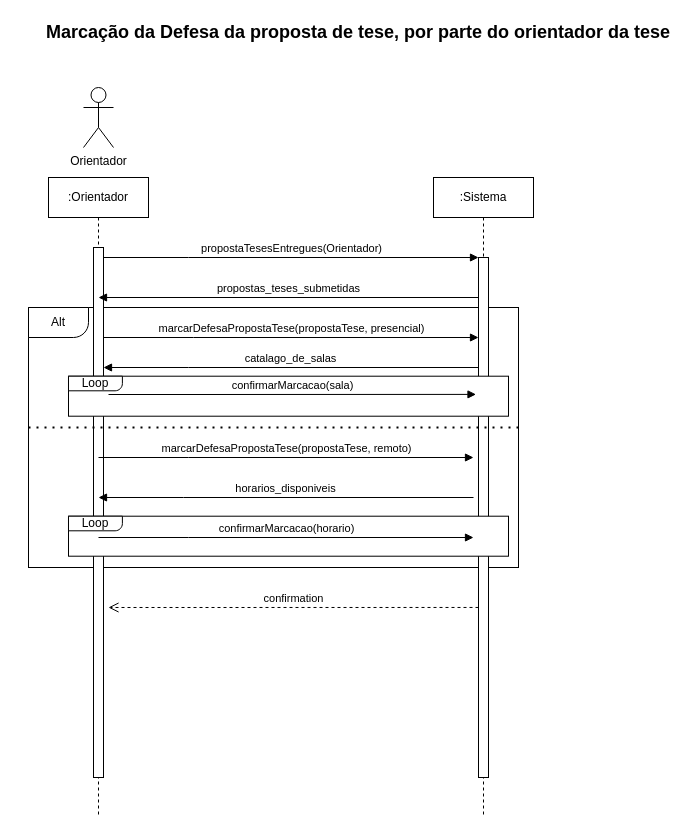
Above: docs/SSD.drawio in Sapientia-PT/thesisman (draw.io), before the change. Source tidied: cells renumbered, new cells numbered last; positions are measured from the earlier drawing's top-left corner, leaving out a move shared by most shapes. Both pictures are drawn from the tidied source at 100%, with x=0, y=0 at pixel (28, 17).
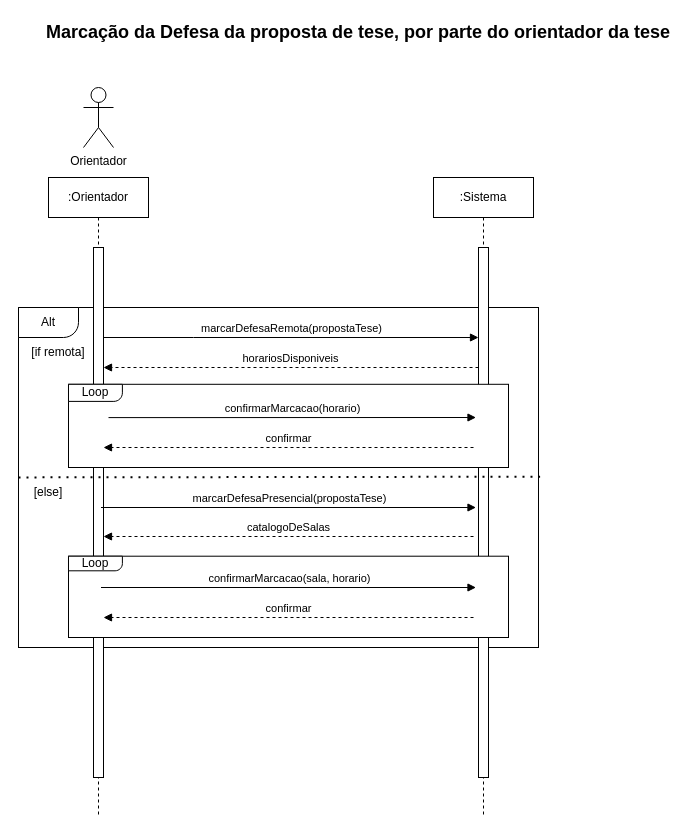
After the change.

Unchanged cells that the change refers to:
```xml
<mxCell id="4" style="html=1;points=[];perimeter=orthogonalPerimeter;outlineConnect=0;targetShapes=umlLifeline;portConstraint=eastwest;newEdgeStyle={&quot;edgeStyle&quot;:&quot;elbowEdgeStyle&quot;,&quot;elbow&quot;:&quot;vertical&quot;,&quot;curved&quot;:0,&quot;rounded&quot;:0};" parent="3" vertex="1">
  <mxGeometry x="45" y="70" width="10" height="530" as="geometry" />
</mxCell>
<mxCell id="5" value=":Sistema" style="shape=umlLifeline;perimeter=lifelinePerimeter;whiteSpace=wrap;html=1;newEdgeStyle={&quot;edgeStyle&quot;:&quot;elbowEdgeStyle&quot;,&quot;elbow&quot;:&quot;vertical&quot;,&quot;curved&quot;:0,&quot;rounded&quot;:0};" parent="1" vertex="1">
  <mxGeometry x="405" y="160" width="100" height="640" as="geometry" />
</mxCell>
```

Diff of the diagram source:
```diff
@@
     <mxCell id="2" style="rounded=0;whiteSpace=wrap;html=1;" parent="1" vertex="1">
-      <mxGeometry y="290" width="490" height="260" as="geometry" />
+      <mxGeometry x="-10" y="290" width="520" height="340" as="geometry" />
     </mxCell>
@@
     <mxCell id="6" style="html=1;points=[];perimeter=orthogonalPerimeter;outlineConnect=0;targetShapes=umlLifeline;portConstraint=eastwest;newEdgeStyle={&quot;edgeStyle&quot;:&quot;elbowEdgeStyle&quot;,&quot;elbow&quot;:&quot;vertical&quot;,&quot;curved&quot;:0,&quot;rounded&quot;:0};" parent="5" vertex="1">
-      <mxGeometry x="45" y="80" width="10" height="520" as="geometry" />
+      <mxGeometry x="45" y="70" width="10" height="530" as="geometry" />
     </mxCell>
-    <mxCell id="7" value="propostaTesesEntregues(Orientador)" style="html=1;verticalAlign=bottom;endArrow=block;edgeStyle=elbowEdgeStyle;elbow=horizontal;curved=0;rounded=0;" parent="1" edge="1" source="4" target="6">
-      <mxGeometry relative="1" as="geometry">
-        <Array as="points">
-          <mxPoint x="160" y="240" />
-        </Array>
-      </mxGeometry>
-    </mxCell>
-    <mxCell id="8" value="confirmation" style="html=1;verticalAlign=bottom;endArrow=open;dashed=1;endSize=8;edgeStyle=elbowEdgeStyle;elbow=vertical;curved=0;rounded=0;exitX=0;exitY=0.673;exitDx=0;exitDy=0;exitPerimeter=0;" parent="1" edge="1" source="6">
-      <mxGeometry relative="1" as="geometry">
-        <mxPoint x="80" y="590" as="targetPoint" />
-        <Array as="points">
-          <mxPoint x="165" y="590" />
-        </Array>
-      </mxGeometry>
-    </mxCell>
-    <mxCell id="9" value="propostas_teses_submetidas" style="html=1;verticalAlign=bottom;endArrow=block;edgeStyle=elbowEdgeStyle;elbow=vertical;curved=0;rounded=0;entryX=0.5;entryY=0.094;entryDx=0;entryDy=0;entryPerimeter=0;" parent="1" edge="1" source="6" target="4">
-      <mxGeometry relative="1" as="geometry">
-        <Array as="points">
-          <mxPoint x="170" y="280" />
-        </Array>
-      </mxGeometry>
-    </mxCell>
@@
-    <mxCell id="12" value="marcarDefesaPropostaTese(propostaTese, presencial)" style="html=1;verticalAlign=bottom;endArrow=block;edgeStyle=elbowEdgeStyle;elbow=horizontal;curved=0;rounded=0;" parent="1" edge="1" source="4">
+    <mxCell id="12" value="marcarDefesaRemota(propostaTese)" style="html=1;verticalAlign=bottom;endArrow=block;edgeStyle=elbowEdgeStyle;elbow=horizontal;curved=0;rounded=0;" parent="1" edge="1" source="4">
       <mxGeometry relative="1" as="geometry">
         <mxPoint x="450" y="320" as="targetPoint" />
         <Array as="points">
           <mxPoint x="165" y="320" />
         </Array>
       </mxGeometry>
     </mxCell>
-    <mxCell id="13" value="catalago_de_salas" style="html=1;verticalAlign=bottom;endArrow=block;edgeStyle=elbowEdgeStyle;elbow=vertical;curved=0;rounded=0;" parent="1" edge="1">
+    <mxCell id="13" value="horariosDisponiveis" style="html=1;verticalAlign=bottom;endArrow=block;edgeStyle=elbowEdgeStyle;elbow=vertical;curved=0;rounded=0;dashed=1;" parent="1" edge="1">
       <mxGeometry relative="1" as="geometry">
         <mxPoint x="450" y="350" as="sourcePoint" />
         <mxPoint x="75" y="350" as="targetPoint" />
         <Array as="points">
           <mxPoint x="160" y="350" />
         </Array>
       </mxGeometry>
     </mxCell>
     <mxCell id="14" style="verticalLabelPosition=bottom;verticalAlign=top;html=1;shape=mxgraph.basic.corner_round_rect;dx=15;whiteSpace=wrap;rotation=-180;" parent="1" vertex="1">
-      <mxGeometry y="290" width="60" height="30" as="geometry" />
+      <mxGeometry x="-10" y="290" width="60" height="30" as="geometry" />
     </mxCell>
     <mxCell id="15" value="Alt" style="text;html=1;align=center;verticalAlign=middle;whiteSpace=wrap;rounded=0;" parent="1" vertex="1">
-      <mxGeometry y="290" width="60" height="30" as="geometry" />
+      <mxGeometry x="-10" y="290" width="60" height="30" as="geometry" />
     </mxCell>
-    <mxCell id="16" style="endArrow=none;dashed=1;html=1;dashPattern=1 3;strokeWidth=2;rounded=0;exitX=0;exitY=0.5;exitDx=0;exitDy=0;entryX=1;entryY=0.5;entryDx=0;entryDy=0;" parent="1" edge="1">
+    <mxCell id="16" style="endArrow=none;dashed=1;html=1;dashPattern=1 3;strokeWidth=2;rounded=0;exitX=-0.003;exitY=0.457;exitDx=0;exitDy=0;entryX=1;entryY=0.454;entryDx=0;entryDy=0;entryPerimeter=0;exitPerimeter=0;" parent="1" edge="1">
       <mxGeometry relative="1" as="geometry">
-        <mxPoint y="410" as="sourcePoint" />
-        <mxPoint x="490" y="410" as="targetPoint" />
+        <mxPoint x="-10" y="459.9" as="sourcePoint" />
+        <mxPoint x="511.6" y="459.2" as="targetPoint" />
       </mxGeometry>
     </mxCell>
-    <mxCell id="17" value="marcarDefesaPropostaTese(propostaTese, remoto)" style="html=1;verticalAlign=bottom;endArrow=block;edgeStyle=elbowEdgeStyle;elbow=horizontal;curved=0;rounded=0;" parent="1" edge="1">
+    <mxCell id="17" value="marcarDefesaPresencial(propostaTese)" style="html=1;verticalAlign=bottom;endArrow=block;edgeStyle=elbowEdgeStyle;elbow=horizontal;curved=0;rounded=0;" parent="1" edge="1">
       <mxGeometry relative="1" as="geometry">
-        <mxPoint x="70" y="440" as="sourcePoint" />
-        <mxPoint x="445" y="440" as="targetPoint" />
+        <mxPoint x="72.5" y="490" as="sourcePoint" />
+        <mxPoint x="447.5" y="490" as="targetPoint" />
         <Array as="points">
-          <mxPoint x="160" y="440" />
+          <mxPoint x="177.5" y="490" />
         </Array>
       </mxGeometry>
     </mxCell>
-    <mxCell id="18" value="horarios_disponiveis" style="html=1;verticalAlign=bottom;endArrow=block;edgeStyle=elbowEdgeStyle;elbow=vertical;curved=0;rounded=0;" parent="1" edge="1">
+    <mxCell id="18" value="catalogoDeSalas" style="html=1;verticalAlign=bottom;endArrow=block;edgeStyle=elbowEdgeStyle;elbow=vertical;curved=0;rounded=0;dashed=1;" parent="1" edge="1">
       <mxGeometry relative="1" as="geometry">
-        <mxPoint x="445" y="480" as="sourcePoint" />
-        <mxPoint x="70" y="480" as="targetPoint" />
+        <mxPoint x="445" y="519" as="sourcePoint" />
+        <mxPoint x="75" y="519.4" as="targetPoint" />
         <Array as="points">
-          <mxPoint x="155" y="480" />
+          <mxPoint x="132.5" y="519" />
         </Array>
       </mxGeometry>
     </mxCell>
     <mxCell id="19" style="group;" parent="1" vertex="1">
-      <mxGeometry x="40" y="370" width="440" height="40" as="geometry" />
+      <mxGeometry x="40" y="380" width="440" height="70" as="geometry" />
     </mxCell>
     <mxCell id="20" style="rounded=0;whiteSpace=wrap;html=1;" parent="19" vertex="1">
-      <mxGeometry y="-11.3" width="440" height="40" as="geometry" />
+      <mxGeometry y="-13.2" width="440" height="83.2" as="geometry" />
     </mxCell>
     <mxCell id="21" style="verticalLabelPosition=bottom;verticalAlign=top;html=1;shape=mxgraph.basic.corner_round_rect;dx=6;whiteSpace=wrap;rotation=-180;" parent="19" vertex="1">
-      <mxGeometry y="-11.3" width="53.9" height="14.6" as="geometry" />
+      <mxGeometry y="-13.2" width="53.9" height="17.1" as="geometry" />
     </mxCell>
     <mxCell id="22" value="Loop" style="text;html=1;align=center;verticalAlign=middle;whiteSpace=wrap;rounded=0;" parent="19" vertex="1">
-      <mxGeometry y="-14" width="53.9" height="20" as="geometry" />
+      <mxGeometry y="-16.4" width="53.9" height="23.3" as="geometry" />
     </mxCell>
-    <mxCell id="23" value="confirmarMarcacao(sala)" style="html=1;verticalAlign=bottom;endArrow=block;edgeStyle=elbowEdgeStyle;elbow=horizontal;curved=0;rounded=0;" parent="19" edge="1">
+    <mxCell id="23" value="confirmarMarcacao(horario)" style="html=1;verticalAlign=bottom;endArrow=block;edgeStyle=elbowEdgeStyle;elbow=horizontal;curved=0;rounded=0;" parent="19" edge="1">
       <mxGeometry relative="1" as="geometry">
-        <mxPoint x="40" y="7" as="sourcePoint" />
-        <mxPoint x="407.5" y="6.9" as="targetPoint" />
+        <mxPoint x="40" y="20.1" as="sourcePoint" />
+        <mxPoint x="407.5" y="20" as="targetPoint" />
         <Array as="points">
-          <mxPoint x="122.5" y="6.9" />
+          <mxPoint x="122.5" y="20" />
         </Array>
       </mxGeometry>
     </mxCell>
+    <mxCell id="29" value="confirmar" style="html=1;verticalAlign=bottom;endArrow=block;edgeStyle=elbowEdgeStyle;elbow=vertical;curved=0;rounded=0;dashed=1;" parent="19" edge="1">
+      <mxGeometry relative="1" as="geometry">
+        <mxPoint x="405" y="50" as="sourcePoint" />
+        <mxPoint x="35" y="50.4" as="targetPoint" />
+        <Array as="points">
+          <mxPoint x="92.5" y="50" />
+        </Array>
+      </mxGeometry>
+    </mxCell>
     <mxCell id="24" style="group;" parent="1" vertex="1">
-      <mxGeometry x="40" y="510" width="440" height="40" as="geometry" />
+      <mxGeometry x="40" y="550" width="440" height="70" as="geometry" />
     </mxCell>
     <mxCell id="25" style="rounded=0;whiteSpace=wrap;html=1;" parent="24" vertex="1">
-      <mxGeometry y="-11.3" width="440" height="40" as="geometry" />
+      <mxGeometry y="-11.3" width="440" height="81.3" as="geometry" />
     </mxCell>
@@
-    <mxCell id="28" value="confirmarMarcacao(horario)" style="html=1;verticalAlign=bottom;endArrow=block;edgeStyle=elbowEdgeStyle;elbow=horizontal;curved=0;rounded=0;" parent="1" edge="1">
+    <mxCell id="28" value="confirmarMarcacao(sala, horario)" style="html=1;verticalAlign=bottom;endArrow=block;edgeStyle=elbowEdgeStyle;elbow=horizontal;curved=0;rounded=0;" parent="24" edge="1">
       <mxGeometry relative="1" as="geometry">
-        <mxPoint x="70" y="520" as="sourcePoint" />
-        <mxPoint x="445" y="520" as="targetPoint" />
+        <mxPoint x="32.5" y="20" as="sourcePoint" />
+        <mxPoint x="407.5" y="20" as="targetPoint" />
         <Array as="points">
-          <mxPoint x="160" y="520" />
+          <mxPoint x="122.5" y="20" />
         </Array>
       </mxGeometry>
     </mxCell>
+    <mxCell id="30" value="confirmar" style="html=1;verticalAlign=bottom;endArrow=block;edgeStyle=elbowEdgeStyle;elbow=vertical;curved=0;rounded=0;dashed=1;" parent="24" edge="1">
+      <mxGeometry relative="1" as="geometry">
+        <mxPoint x="405" y="50" as="sourcePoint" />
+        <mxPoint x="35" y="50.4" as="targetPoint" />
+        <Array as="points">
+          <mxPoint x="92.5" y="50" />
+        </Array>
+      </mxGeometry>
+    </mxCell>
+    <mxCell id="31" value="[if remota]" style="text;html=1;align=center;verticalAlign=middle;whiteSpace=wrap;rounded=0;" parent="1" vertex="1">
+      <mxGeometry y="320" width="60" height="30" as="geometry" />
+    </mxCell>
+    <mxCell id="32" value="[else]" style="text;html=1;align=center;verticalAlign=middle;whiteSpace=wrap;rounded=0;" parent="1" vertex="1">
+      <mxGeometry x="-10" y="460" width="60" height="30" as="geometry" />
+    </mxCell>
```
